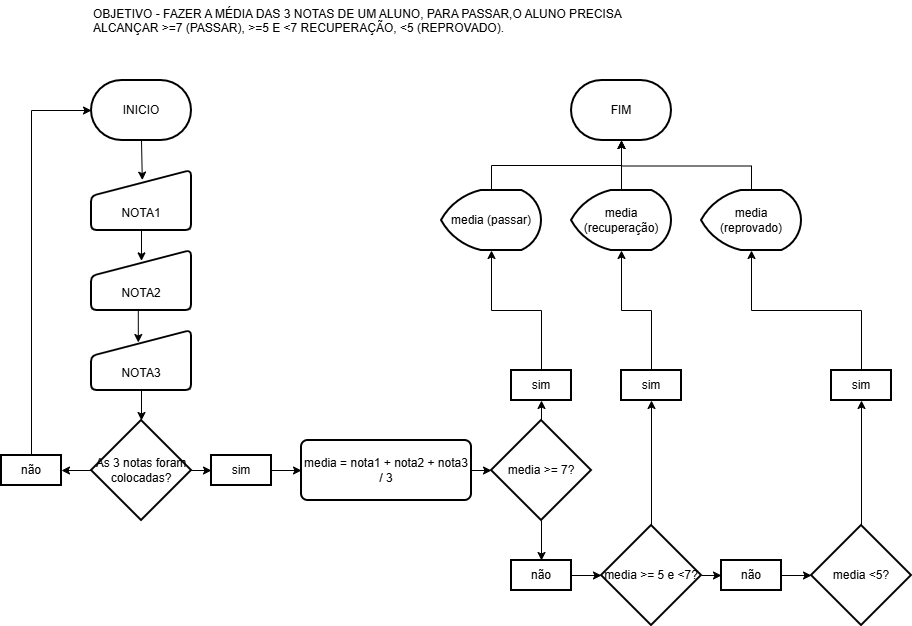
Above: ATIVIDADE_2.drawio.png in theo-devbot/PROGRAMA-O-EM-PYTHON---SENAI (draw.io), before the change. Source tidied: cells renumbered, new cells last; positions are measured from the earlier drawing's top-left corner, leaving out a move shared by most shapes.
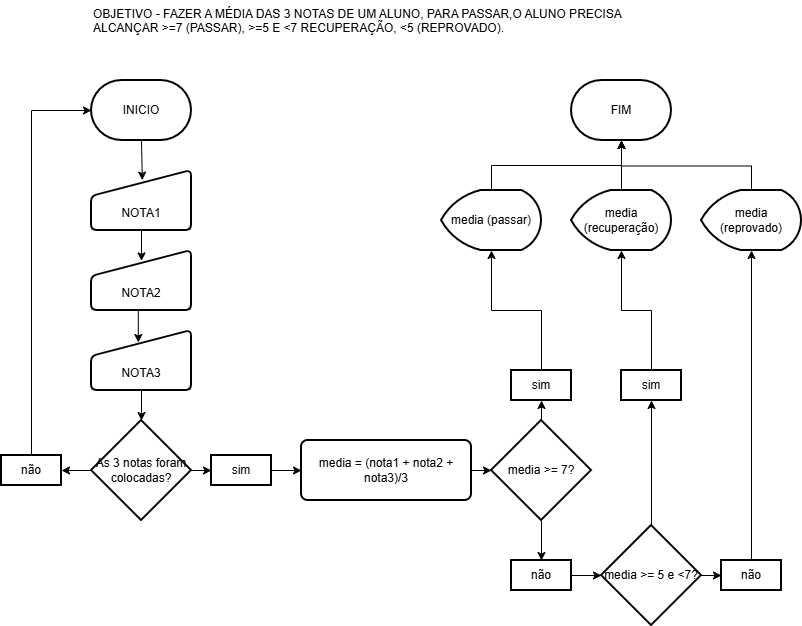
After the change.

What changed in the source:
```diff
@@ -50,7 +50,7 @@
     <mxCell id="17" style="edgeStyle=orthogonalEdgeStyle;rounded=0;jettySize=auto;html=1;exitX=0.5;exitY=0;exitDx=0;exitDy=0;entryX=0;entryY=0.5;entryDx=0;entryDy=0;entryPerimeter=0;" parent="1" edge="1" source="16" target="3">
       <mxGeometry relative="1" as="geometry" />
     </mxCell>
-    <mxCell id="18" value="media = nota1 + nota2 + nota3 / 3" style="whiteSpace=wrap;html=1;strokeWidth=2;rounded=1;arcSize=11;" parent="1" vertex="1">
+    <mxCell id="18" value="media = (nota1 + nota2 + nota3)/3" style="whiteSpace=wrap;html=1;strokeWidth=2;rounded=1;arcSize=11;" parent="1" vertex="1">
       <mxGeometry x="300" y="440" width="170" height="60" as="geometry" />
     </mxCell>
     <mxCell id="19" style="edgeStyle=orthogonalEdgeStyle;rounded=0;jettySize=auto;html=1;exitX=0.5;exitY=0;exitDx=0;exitDy=0;exitPerimeter=0;entryX=0.5;entryY=1;entryDx=0;entryDy=0;" parent="1" edge="1" source="21" target="28">
@@ -71,12 +71,6 @@
     <mxCell id="24" value="media &amp;gt;= 5 e &amp;lt;7?" style="strokeWidth=2;html=1;shape=mxgraph.flowchart.decision;whiteSpace=wrap;" parent="1" vertex="1">
       <mxGeometry x="600" y="525" width="100" height="100" as="geometry" />
     </mxCell>
-    <mxCell id="25" style="edgeStyle=orthogonalEdgeStyle;rounded=0;jettySize=auto;html=1;exitX=0.5;exitY=0;exitDx=0;exitDy=0;exitPerimeter=0;entryX=0.5;entryY=1;entryDx=0;entryDy=0;" parent="1" edge="1" source="26" target="43">
-      <mxGeometry relative="1" as="geometry" />
-    </mxCell>
-    <mxCell id="26" value="media &amp;lt;5?" style="strokeWidth=2;html=1;shape=mxgraph.flowchart.decision;whiteSpace=wrap;" parent="1" vertex="1">
-      <mxGeometry x="810" y="525" width="100" height="100" as="geometry" />
-    </mxCell>
     <mxCell id="27" style="edgeStyle=orthogonalEdgeStyle;rounded=0;jettySize=auto;html=1;exitX=1;exitY=0.5;exitDx=0;exitDy=0;entryX=0;entryY=0.5;entryDx=0;entryDy=0;entryPerimeter=0;" parent="1" edge="1" source="18" target="21">
       <mxGeometry relative="1" as="geometry" />
     </mxCell>
@@ -124,14 +118,8 @@
     <mxCell id="41" value="não" style="whiteSpace=wrap;html=1;strokeWidth=2;" parent="1" vertex="1">
       <mxGeometry x="720" y="560" width="60" height="30" as="geometry" />
     </mxCell>
-    <mxCell id="42" style="edgeStyle=orthogonalEdgeStyle;rounded=0;jettySize=auto;html=1;exitX=1;exitY=0.5;exitDx=0;exitDy=0;entryX=0;entryY=0.5;entryDx=0;entryDy=0;entryPerimeter=0;" parent="1" edge="1" source="41" target="26">
-      <mxGeometry relative="1" as="geometry" />
-    </mxCell>
-    <mxCell id="43" value="sim" style="whiteSpace=wrap;html=1;strokeWidth=2;" parent="1" vertex="1">
-      <mxGeometry x="830" y="370" width="60" height="30" as="geometry" />
-    </mxCell>
-    <mxCell id="44" style="edgeStyle=orthogonalEdgeStyle;rounded=0;jettySize=auto;html=1;exitX=0.5;exitY=0;exitDx=0;exitDy=0;entryX=0.5;entryY=1;entryDx=0;entryDy=0;entryPerimeter=0;" parent="1" edge="1" source="43" target="38">
-      <mxGeometry relative="1" as="geometry" />
-    </mxCell>
+    <mxCell id="45" style="edgeStyle=orthogonalEdgeStyle;rounded=0;jettySize=auto;html=1;exitX=0.5;exitY=0;exitDx=0;exitDy=0;entryX=0.5;entryY=1;entryDx=0;entryDy=0;entryPerimeter=0;" parent="1" edge="1" source="41" target="38">
+      <mxGeometry relative="1" as="geometry" />
+    </mxCell>
   </root>
 </mxGraphModel>
```
